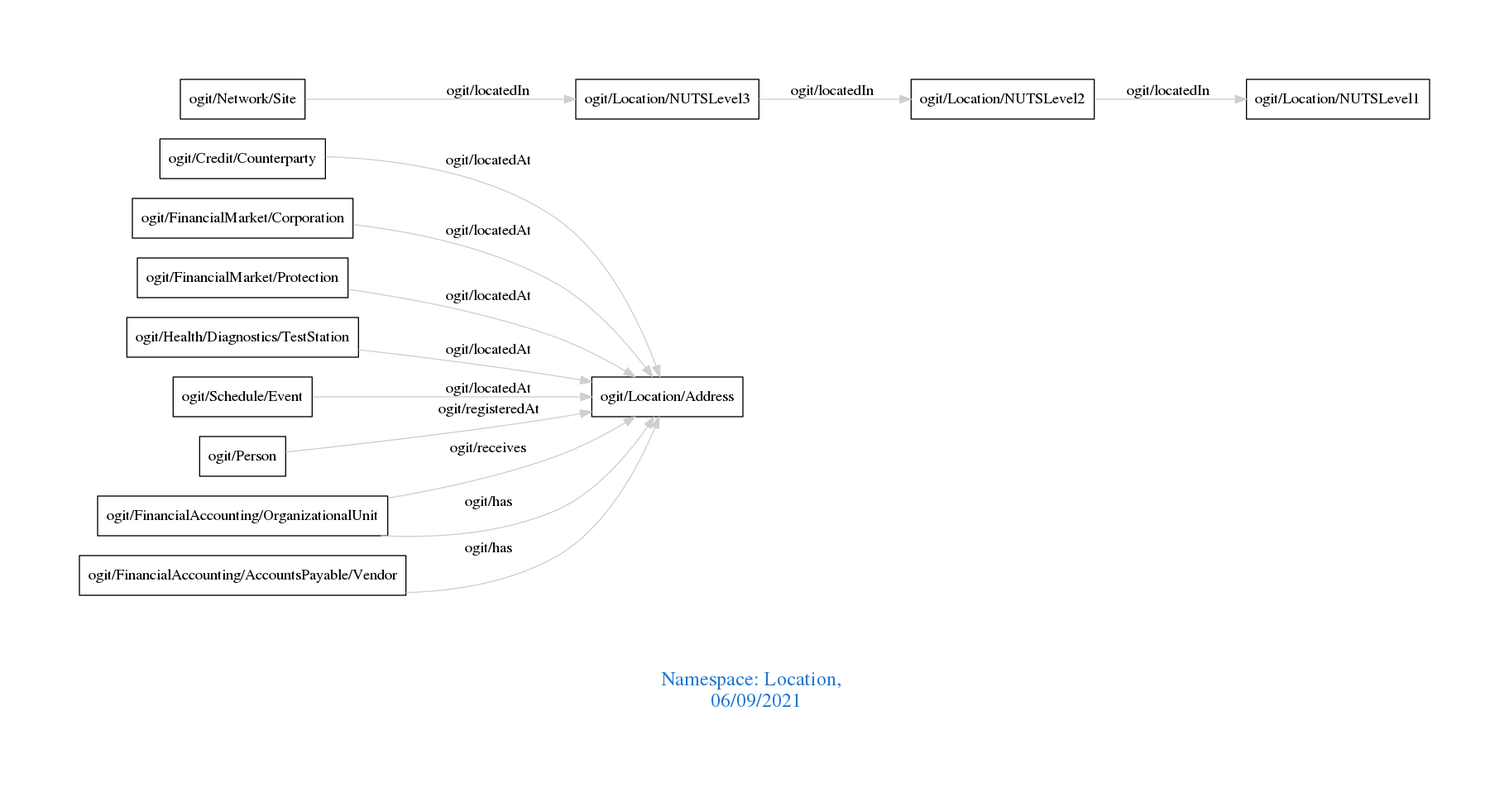
Earlier version of the Graphviz export downloads/Location.png (arago/OGIT). Its source is kept beside it as downloads/Location.dot.
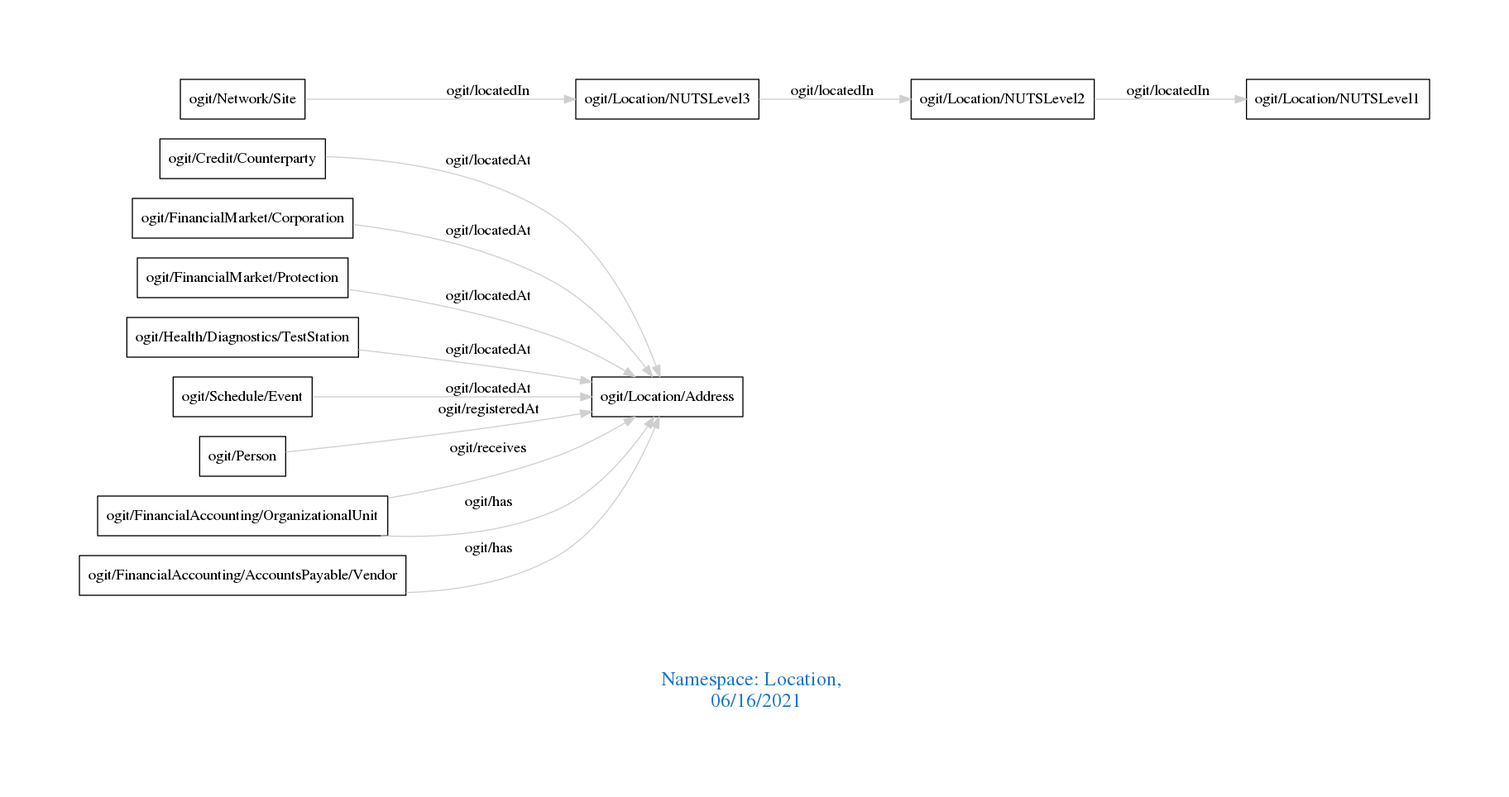
After the commit.

What changed in the source:
```diff
@@ -1,7 +1,7 @@
 digraph OGIT_ontology {
  graph [ rankdir= LR,pad=1
 fontsize = 18,
-fontcolor= dodgerblue3,label = "\n\n\nNamespace: Location, \n 06/09/2021"];
+fontcolor= dodgerblue3,label = "\n\n\nNamespace: Location, \n 06/16/2021"];
 node[shape=polygon];
 edge [  color="gray81"];
 
```
